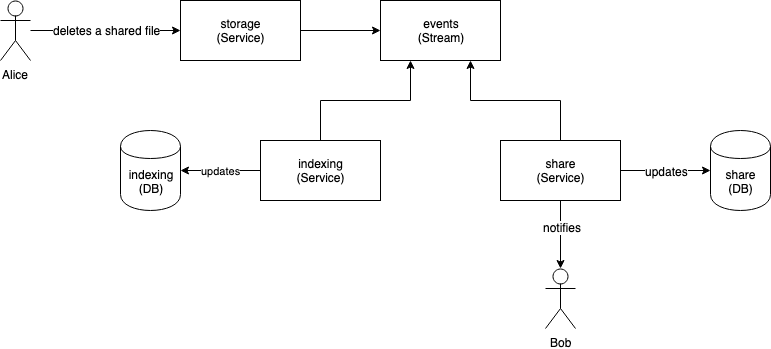
SDU-eScience/UCloud keeps this draw.io diagram as storage-service/wiki/storage_streams_delete.png. Above is the earlier version. Source tidied: cells renumbered, new cells last; positions are measured from the earlier drawing's top-left corner, leaving out a move shared by most shapes. The source it was exported from:
```xml
<mxGraphModel>
  <root>
    <mxCell id="0" />
    <mxCell id="1" parent="0" />
    <mxCell id="2" style="edgeStyle=orthogonalEdgeStyle;rounded=0;jettySize=auto;html=1;" parent="1" edge="1" source="4" target="6">
      <mxGeometry relative="1" as="geometry" />
    </mxCell>
    <mxCell id="3" value="deletes a shared file" style="text;html=1;align=center;verticalAlign=middle;labelBackgroundColor=#ffffff;" parent="2" vertex="1">
      <mxGeometry x="-0.4" y="3" relative="1" as="geometry">
        <mxPoint x="31" y="2" as="offset" />
      </mxGeometry>
    </mxCell>
    <mxCell id="4" value="Alice" style="shape=umlActor;verticalLabelPosition=bottom;labelBackgroundColor=#ffffff;verticalAlign=top;html=1;outlineConnect=0;" parent="1" vertex="1">
      <mxGeometry width="30" height="60" as="geometry" />
    </mxCell>
    <mxCell id="5" style="edgeStyle=orthogonalEdgeStyle;rounded=0;jettySize=auto;html=1;" parent="1" edge="1" source="6" target="7">
      <mxGeometry relative="1" as="geometry" />
    </mxCell>
    <mxCell id="6" value="&lt;div&gt;storage&lt;/div&gt;&lt;div&gt;(Service)&lt;br&gt;&lt;/div&gt;" style="rounded=0;whiteSpace=wrap;html=1;" parent="1" vertex="1">
      <mxGeometry x="180" width="120" height="60" as="geometry" />
    </mxCell>
    <mxCell id="7" value="&lt;div&gt;events&lt;/div&gt;&lt;div&gt;(Stream)&lt;br&gt;&lt;/div&gt;" style="rounded=0;whiteSpace=wrap;html=1;" parent="1" vertex="1">
      <mxGeometry x="380" width="120" height="60" as="geometry" />
    </mxCell>
    <mxCell id="8" style="edgeStyle=orthogonalEdgeStyle;rounded=0;jettySize=auto;html=1;entryX=0.25;entryY=1;entryDx=0;entryDy=0;" parent="1" edge="1" source="10" target="7">
      <mxGeometry relative="1" as="geometry" />
    </mxCell>
    <mxCell id="9" value="updates" style="edgeStyle=orthogonalEdgeStyle;rounded=0;jettySize=auto;html=1;" parent="1" edge="1" source="10" target="17">
      <mxGeometry relative="1" as="geometry" />
    </mxCell>
    <mxCell id="10" value="&lt;div&gt;indexing&lt;/div&gt;&lt;div&gt;(Service)&lt;br&gt;&lt;/div&gt;" style="rounded=0;whiteSpace=wrap;html=1;" parent="1" vertex="1">
      <mxGeometry x="260" y="140" width="120" height="60" as="geometry" />
    </mxCell>
    <mxCell id="11" style="edgeStyle=orthogonalEdgeStyle;rounded=0;jettySize=auto;html=1;entryX=0.75;entryY=1;entryDx=0;entryDy=0;" parent="1" edge="1" source="16" target="7">
      <mxGeometry relative="1" as="geometry">
        <Array as="points">
          <mxPoint x="560" y="100" />
          <mxPoint x="470" y="100" />
        </Array>
      </mxGeometry>
    </mxCell>
    <mxCell id="12" style="edgeStyle=orthogonalEdgeStyle;rounded=0;jettySize=auto;html=1;" parent="1" edge="1" source="16" target="18">
      <mxGeometry relative="1" as="geometry" />
    </mxCell>
    <mxCell id="13" value="updates" style="text;html=1;align=center;verticalAlign=middle;labelBackgroundColor=#ffffff;" parent="12" vertex="1">
      <mxGeometry x="0.4" relative="1" as="geometry">
        <mxPoint x="-17" as="offset" />
      </mxGeometry>
    </mxCell>
    <mxCell id="14" style="edgeStyle=orthogonalEdgeStyle;rounded=0;jettySize=auto;html=1;" parent="1" edge="1" source="16" target="19">
      <mxGeometry relative="1" as="geometry" />
    </mxCell>
    <mxCell id="15" value="notifies" style="text;html=1;align=center;verticalAlign=middle;labelBackgroundColor=#ffffff;" parent="14" vertex="1">
      <mxGeometry x="-0.24" y="1" relative="1" as="geometry" />
    </mxCell>
    <mxCell id="16" value="&lt;div&gt;share&lt;/div&gt;&lt;div&gt;(Service)&lt;br&gt;&lt;/div&gt;" style="rounded=0;whiteSpace=wrap;html=1;" parent="1" vertex="1">
      <mxGeometry x="500" y="140" width="120" height="60" as="geometry" />
    </mxCell>
    <mxCell id="17" value="&lt;div&gt;indexing&lt;/div&gt;&lt;div&gt;(DB)&lt;br&gt;&lt;/div&gt;" style="shape=cylinder;whiteSpace=wrap;html=1;boundedLbl=1;backgroundOutline=1;" parent="1" vertex="1">
      <mxGeometry x="120" y="130" width="60" height="80" as="geometry" />
    </mxCell>
    <mxCell id="18" value="&lt;div&gt;share&lt;/div&gt;&lt;div&gt;(DB)&lt;br&gt;&lt;/div&gt;" style="shape=cylinder;whiteSpace=wrap;html=1;boundedLbl=1;backgroundOutline=1;" parent="1" vertex="1">
      <mxGeometry x="710" y="130" width="60" height="80" as="geometry" />
    </mxCell>
    <mxCell id="19" value="Bob" style="shape=umlActor;verticalLabelPosition=bottom;labelBackgroundColor=#ffffff;verticalAlign=top;html=1;outlineConnect=0;" parent="1" vertex="1">
      <mxGeometry x="545" y="268" width="30" height="60" as="geometry" />
    </mxCell>
  </root>
</mxGraphModel>
```
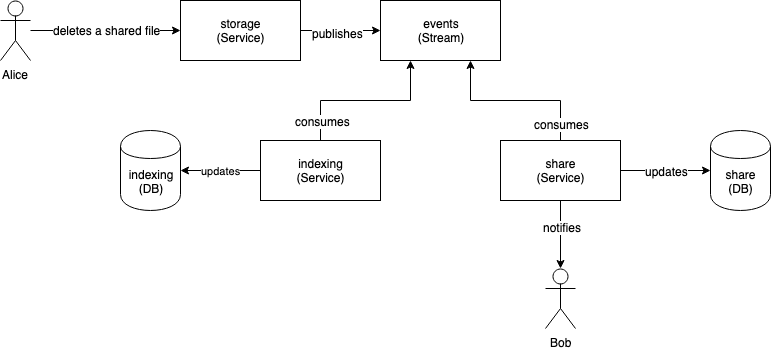
After the commit.

Diff of the diagram source:
```diff
@@ -16,6 +16,11 @@
     <mxCell id="5" style="edgeStyle=orthogonalEdgeStyle;rounded=0;jettySize=auto;html=1;" parent="1" edge="1" source="6" target="7">
       <mxGeometry relative="1" as="geometry" />
     </mxCell>
+    <mxCell id="20" value="publishes" style="text;html=1;align=center;verticalAlign=middle;labelBackgroundColor=#ffffff;" parent="5" vertex="1">
+      <mxGeometry x="-0.17" y="-2" relative="1" as="geometry">
+        <mxPoint x="4" as="offset" />
+      </mxGeometry>
+    </mxCell>
     <mxCell id="6" value="&lt;div&gt;storage&lt;/div&gt;&lt;div&gt;(Service)&lt;br&gt;&lt;/div&gt;" style="rounded=0;whiteSpace=wrap;html=1;" parent="1" vertex="1">
       <mxGeometry x="180" width="120" height="60" as="geometry" />
     </mxCell>
@@ -25,6 +30,9 @@
     <mxCell id="8" style="edgeStyle=orthogonalEdgeStyle;rounded=0;jettySize=auto;html=1;entryX=0.25;entryY=1;entryDx=0;entryDy=0;" parent="1" edge="1" source="10" target="7">
       <mxGeometry relative="1" as="geometry" />
     </mxCell>
+    <mxCell id="21" value="consumes" style="text;html=1;align=center;verticalAlign=middle;labelBackgroundColor=#ffffff;" parent="8" vertex="1">
+      <mxGeometry x="-0.76" y="-2" relative="1" as="geometry" />
+    </mxCell>
     <mxCell id="9" value="updates" style="edgeStyle=orthogonalEdgeStyle;rounded=0;jettySize=auto;html=1;" parent="1" edge="1" source="10" target="17">
       <mxGeometry relative="1" as="geometry" />
     </mxCell>
@@ -39,6 +47,9 @@
         </Array>
       </mxGeometry>
     </mxCell>
+    <mxCell id="22" value="consumes" style="text;html=1;align=center;verticalAlign=middle;labelBackgroundColor=#ffffff;" parent="11" vertex="1">
+      <mxGeometry x="-0.8" y="-1" relative="1" as="geometry" />
+    </mxCell>
     <mxCell id="12" style="edgeStyle=orthogonalEdgeStyle;rounded=0;jettySize=auto;html=1;" parent="1" edge="1" source="16" target="18">
       <mxGeometry relative="1" as="geometry" />
     </mxCell>
```
